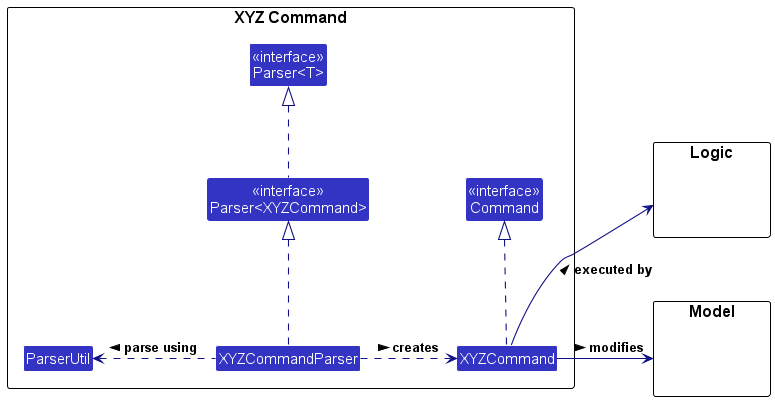
This is docs/images/GeneralClassDiagram.png from seantehds/tp, a PlantUML export, as it was before one commit. Source of this version:
```plantuml
@startuml
!include style.puml
skinparam genericDisplay old
skinparam arrowThickness 1.1
skinparam arrowColor LOGIC_COLOR_T4
skinparam classBackgroundColor LOGIC_COLOR

package "XYZ Command" {
    Class "<<interface>>\nCommand" as Command
    Class XYZCommandParser
    Class XYZCommand
    Class "<<interface>>\nParser<T>" as ParserGeneric
    Class "<<interface>>\nParser<XYZCommand>" as Parser
    Class ParserUtil
}

package Model {
    class None #FFFFFF
}

package Logic {
    class None #FFFFFF
}

Logic -[hidden]down-> Model

Parser .up.|> ParserGeneric

XYZCommand .up.|> Command
XYZCommandParser .right.> XYZCommand : creates >
XYZCommandParser .up.|> Parser


XYZCommandParser .left.> ParserUtil : parse using >

XYZCommand --left-> Logic : executed by >
XYZCommand --left-> Model : modifies >

@enduml
```
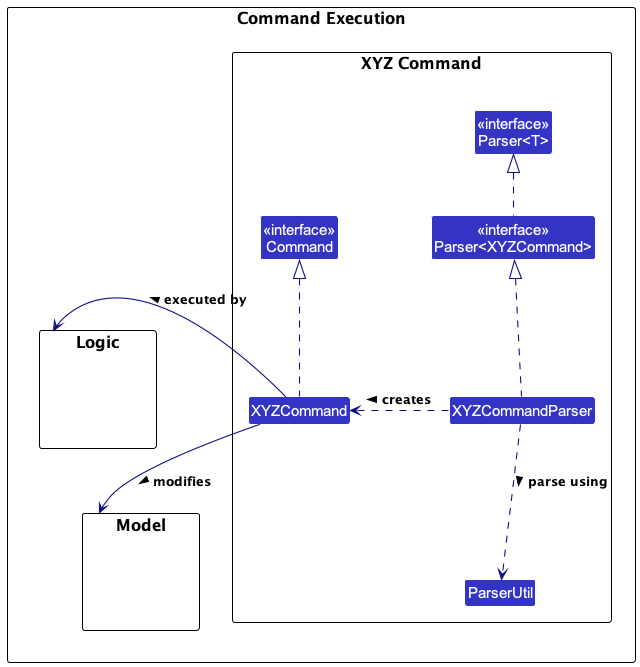
Later version of the same file.

Diff of the diagram source:
```diff
@@ -5,35 +5,36 @@
 skinparam arrowColor LOGIC_COLOR_T4
 skinparam classBackgroundColor LOGIC_COLOR
 
-package "XYZ Command" {
-    Class "<<interface>>\nCommand" as Command
-    Class XYZCommandParser
-    Class XYZCommand
-    Class "<<interface>>\nParser<T>" as ParserGeneric
-    Class "<<interface>>\nParser<XYZCommand>" as Parser
-    Class ParserUtil
-}
+package "Command Execution" {
+    package "XYZ Command" {
+        Class "<<interface>>\nCommand" as Command
+        Class XYZCommandParser
+        Class XYZCommand
+        Class "<<interface>>\nParser<T>" as ParserGeneric
+        Class "<<interface>>\nParser<XYZCommand>" as Parser
+        Class ParserUtil
+    }
 
-package Model {
-    class None #FFFFFF
-}
+    package Model {
+        class None #FFFFFF
+    }
 
-package Logic {
-    class None #FFFFFF
-}
+    package Logic {
+        class None #FFFFFF
+    }
 
-Logic -[hidden]down-> Model
+    Logic -[hidden]down-> Model
 
-Parser .up.|> ParserGeneric
+    Parser .up.|> ParserGeneric
 
-XYZCommand .up.|> Command
-XYZCommandParser .right.> XYZCommand : creates >
-XYZCommandParser .up.|> Parser
+    XYZCommand .up.|> Command
+    XYZCommandParser .right.> XYZCommand : creates >
+    XYZCommandParser .up.|> Parser
 
 
-XYZCommandParser .left.> ParserUtil : parse using >
+    XYZCommandParser .down.> ParserUtil : parse using >
 
-XYZCommand --left-> Logic : executed by >
-XYZCommand --left-> Model : modifies >
-
+    XYZCommand --right-> Logic : executed by >
+    XYZCommand --right-> Model : modifies >
+}
 @enduml
```
